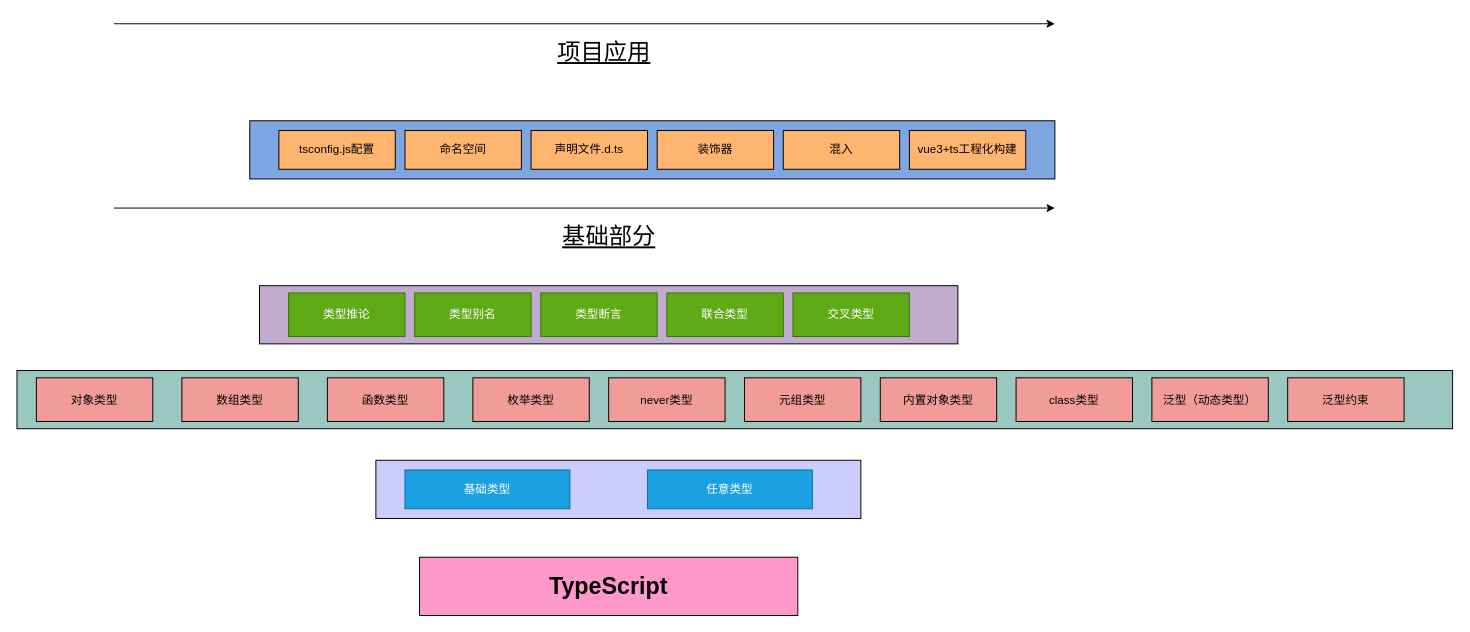
Above: typescript知识图.drawio in littleMeow0/ts-notes (draw.io), before the change. Source tidied: cells renumbered, new cells numbered last; positions are measured from the earlier drawing's top-left corner, leaving out a move shared by most shapes. Both pictures are drawn from the tidied source at 97%, with x=0, y=0 at pixel (16, 23).
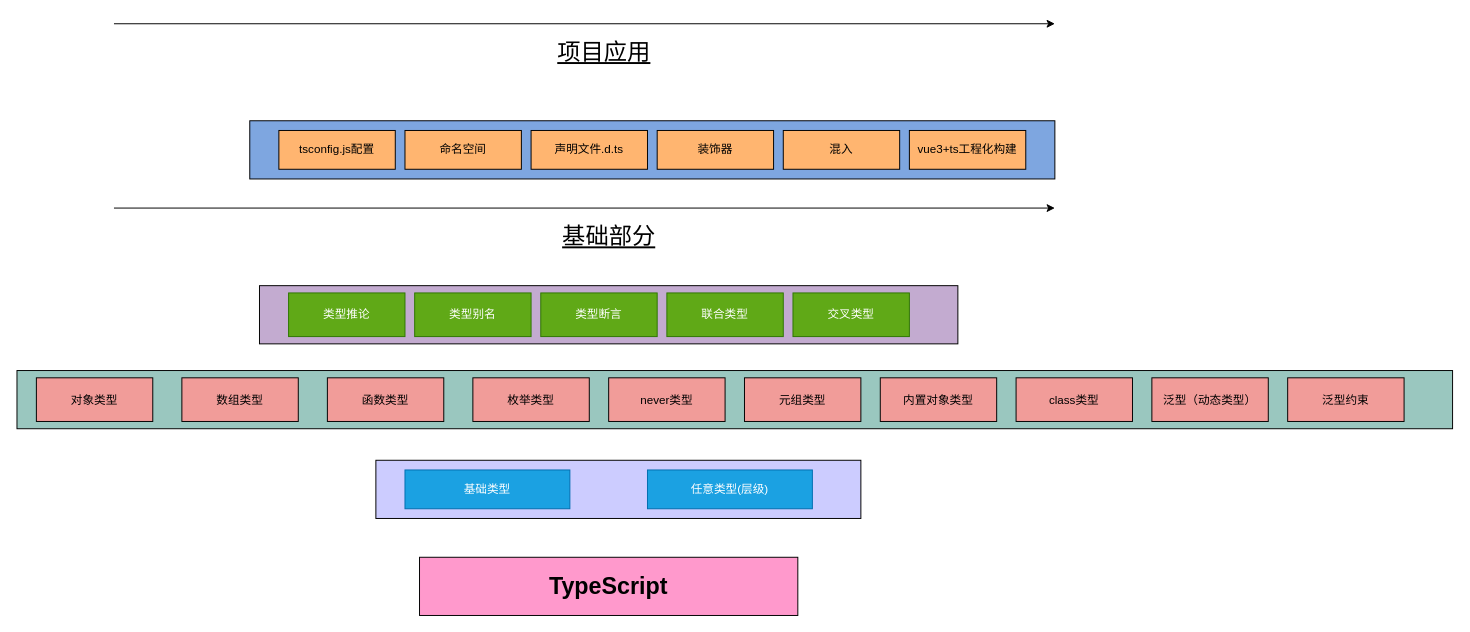
The same page after the edit.

What changed in the source:
```diff
@@
-    <mxCell id="5" value="任意类型" style="rounded=0;whiteSpace=wrap;html=1;fillColor=#1ba1e2;fontColor=#ffffff;strokeColor=#006EAF;" parent="1" vertex="1">
+    <mxCell id="5" value="任意类型(层级)" style="rounded=0;whiteSpace=wrap;html=1;fillColor=#1ba1e2;fontColor=#ffffff;strokeColor=#006EAF;" parent="1" vertex="1">
       <mxGeometry x="650" y="460" width="170" height="40" as="geometry" />
     </mxCell>
```
